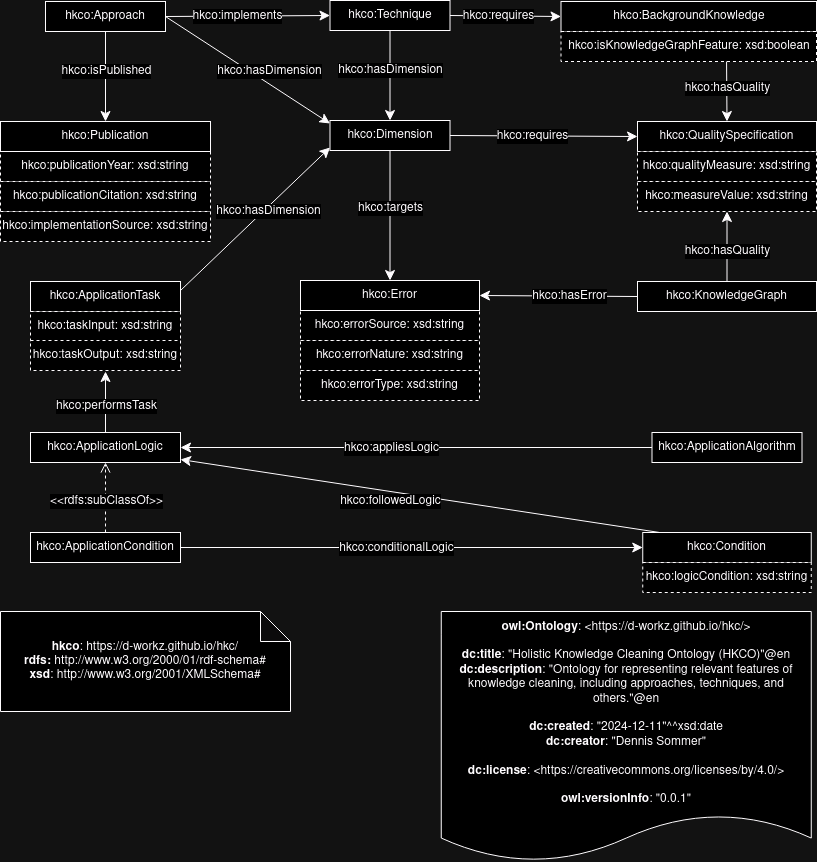
The draw.io diagram resources/HKCO_visualization.png in D-Workz/akco, before a commit. Source tidied: cells renumbered, new cells last; positions are measured from the earlier drawing's top-left corner, leaving out a move shared by most shapes.
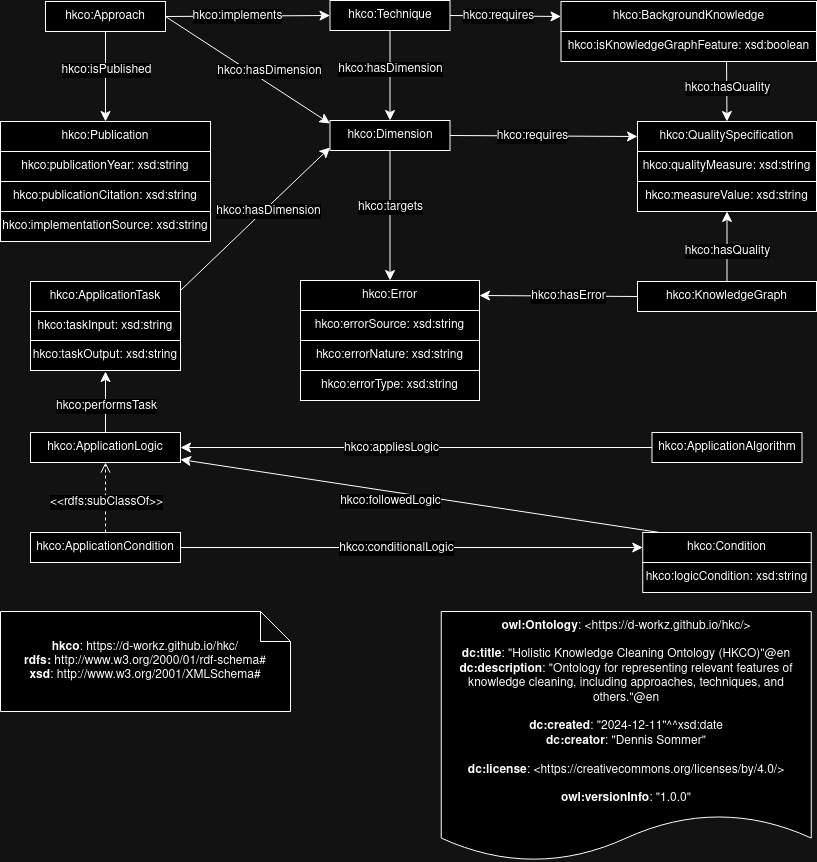
Later version of the same file.

Diff of the diagram source:
```diff
@@ -2,28 +2,28 @@
   <root>
     <mxCell id="0" />
     <mxCell id="1" parent="0" />
-    <mxCell id="2" value="hkco:errorSource: xsd:string" style="rounded=0;whiteSpace=wrap;html=1;dashed=1;" parent="1" vertex="1">
+    <mxCell id="2" value="hkco:errorSource: xsd:string" style="rounded=0;whiteSpace=wrap;html=1;" parent="1" vertex="1">
       <mxGeometry x="300" y="310" width="179" height="30" as="geometry" />
     </mxCell>
     <mxCell id="3" value="hkco:Error" style="rounded=0;whiteSpace=wrap;html=1;snapToPoint=1;points=[[0.1,0],[0.2,0],[0.3,0],[0.4,0],[0.5,0],[0.6,0],[0.7,0],[0.8,0],[0.9,0],[0,0.1],[0,0.3],[0,0.5],[0,0.7],[0,0.9],[0.1,1],[0.2,1],[0.3,1],[0.4,1],[0.5,1],[0.6,1],[0.7,1],[0.8,1],[0.9,1],[1,0.1],[1,0.3],[1,0.5],[1,0.7],[1,0.9]];" parent="1" vertex="1">
       <mxGeometry x="300" y="280" width="179" height="30" as="geometry" />
     </mxCell>
-    <mxCell id="4" value="hkco:errorNature: xsd:string" style="rounded=0;whiteSpace=wrap;html=1;dashed=1;" parent="1" vertex="1">
+    <mxCell id="4" value="hkco:errorNature: xsd:string" style="rounded=0;whiteSpace=wrap;html=1;" parent="1" vertex="1">
       <mxGeometry x="300" y="340" width="179" height="30" as="geometry" />
     </mxCell>
-    <mxCell id="5" value="hkco:errorType: xsd:string" style="rounded=0;whiteSpace=wrap;html=1;dashed=1;" parent="1" vertex="1">
+    <mxCell id="5" value="hkco:errorType: xsd:string" style="rounded=0;whiteSpace=wrap;html=1;" parent="1" vertex="1">
       <mxGeometry x="300" y="370" width="179" height="30" as="geometry" />
     </mxCell>
-    <mxCell id="6" value="hkco:publicationYear: xsd:string" style="rounded=0;whiteSpace=wrap;html=1;dashed=1;" parent="1" vertex="1">
+    <mxCell id="6" value="hkco:publicationYear: xsd:string" style="rounded=0;whiteSpace=wrap;html=1;" parent="1" vertex="1">
       <mxGeometry y="151" width="210" height="30" as="geometry" />
     </mxCell>
     <mxCell id="7" value="hkco:Publication" style="rounded=0;whiteSpace=wrap;html=1;snapToPoint=1;points=[[0.1,0],[0.2,0],[0.3,0],[0.4,0],[0.5,0],[0.6,0],[0.7,0],[0.8,0],[0.9,0],[0,0.1],[0,0.3],[0,0.5],[0,0.7],[0,0.9],[0.1,1],[0.2,1],[0.3,1],[0.4,1],[0.5,1],[0.6,1],[0.7,1],[0.8,1],[0.9,1],[1,0.1],[1,0.3],[1,0.5],[1,0.7],[1,0.9]];" parent="1" vertex="1">
       <mxGeometry y="121" width="210" height="30" as="geometry" />
     </mxCell>
-    <mxCell id="8" value="hkco:publicationCitation: xsd:string" style="rounded=0;whiteSpace=wrap;html=1;dashed=1;" parent="1" vertex="1">
+    <mxCell id="8" value="hkco:publicationCitation: xsd:string" style="rounded=0;whiteSpace=wrap;html=1;" parent="1" vertex="1">
       <mxGeometry y="181" width="210" height="30" as="geometry" />
     </mxCell>
-    <mxCell id="9" value="hkco:implementationSource: xsd:string" style="rounded=0;whiteSpace=wrap;html=1;dashed=1;" parent="1" vertex="1">
+    <mxCell id="9" value="hkco:implementationSource: xsd:string" style="rounded=0;whiteSpace=wrap;html=1;" parent="1" vertex="1">
       <mxGeometry y="211" width="210" height="30" as="geometry" />
     </mxCell>
     <mxCell id="10" value="hkco:Approach" style="rounded=0;whiteSpace=wrap;html=1;snapToPoint=1;points=[[0.1,0],[0.2,0],[0.3,0],[0.4,0],[0.5,0],[0.6,0],[0.7,0],[0.8,0],[0.9,0],[0,0.1],[0,0.3],[0,0.5],[0,0.7],[0,0.9],[0.1,1],[0.2,1],[0.3,1],[0.4,1],[0.5,1],[0.6,1],[0.7,1],[0.8,1],[0.9,1],[1,0.1],[1,0.3],[1,0.5],[1,0.7],[1,0.9]];" parent="1" vertex="1">
@@ -106,13 +106,13 @@
     <mxCell id="35" value="&lt;div&gt;hkco:requires&lt;br&gt;&lt;/div&gt;" style="text;html=1;align=center;verticalAlign=middle;labelBackgroundColor=#ffffff;" parent="34" vertex="1">
       <mxGeometry x="-0.13" relative="1" as="geometry" />
     </mxCell>
-    <mxCell id="36" value="hkco:qualityMeasure: xsd:string" style="rounded=0;whiteSpace=wrap;html=1;dashed=1;" parent="1" vertex="1">
+    <mxCell id="36" value="hkco:qualityMeasure: xsd:string" style="rounded=0;whiteSpace=wrap;html=1;" parent="1" vertex="1">
       <mxGeometry x="637" y="151" width="179" height="30" as="geometry" />
     </mxCell>
-    <mxCell id="37" value="hkco:measureValue: xsd:string" style="rounded=0;whiteSpace=wrap;html=1;snapToPoint=1;points=[[0.1,0],[0.2,0],[0.3,0],[0.4,0],[0.5,0],[0.6,0],[0.7,0],[0.8,0],[0.9,0],[0,0.1],[0,0.3],[0,0.5],[0,0.7],[0,0.9],[0.1,1],[0.2,1],[0.3,1],[0.4,1],[0.5,1],[0.6,1],[0.7,1],[0.8,1],[0.9,1],[1,0.1],[1,0.3],[1,0.5],[1,0.7],[1,0.9]];dashed=1;" parent="1" vertex="1">
+    <mxCell id="37" value="hkco:measureValue: xsd:string" style="rounded=0;whiteSpace=wrap;html=1;snapToPoint=1;points=[[0.1,0],[0.2,0],[0.3,0],[0.4,0],[0.5,0],[0.6,0],[0.7,0],[0.8,0],[0.9,0],[0,0.1],[0,0.3],[0,0.5],[0,0.7],[0,0.9],[0.1,1],[0.2,1],[0.3,1],[0.4,1],[0.5,1],[0.6,1],[0.7,1],[0.8,1],[0.9,1],[1,0.1],[1,0.3],[1,0.5],[1,0.7],[1,0.9]];" parent="1" vertex="1">
       <mxGeometry x="637" y="181" width="179" height="30" as="geometry" />
     </mxCell>
-    <mxCell id="38" value="hkco:isKnowledgeGraphFeature: xsd:boolean" style="rounded=0;whiteSpace=wrap;html=1;snapToPoint=1;points=[[0.1,0],[0.2,0],[0.3,0],[0.4,0],[0.5,0],[0.6,0],[0.7,0],[0.8,0],[0.9,0],[0,0.1],[0,0.3],[0,0.5],[0,0.7],[0,0.9],[0.1,1],[0.2,1],[0.3,1],[0.4,1],[0.5,1],[0.6,1],[0.7,1],[0.8,1],[0.9,1],[1,0.1],[1,0.3],[1,0.5],[1,0.7],[1,0.9]];dashed=1;" parent="1" vertex="1">
+    <mxCell id="38" value="hkco:isKnowledgeGraphFeature: xsd:boolean" style="rounded=0;whiteSpace=wrap;html=1;snapToPoint=1;points=[[0.1,0],[0.2,0],[0.3,0],[0.4,0],[0.5,0],[0.6,0],[0.7,0],[0.8,0],[0.9,0],[0,0.1],[0,0.3],[0,0.5],[0,0.7],[0,0.9],[0.1,1],[0.2,1],[0.3,1],[0.4,1],[0.5,1],[0.6,1],[0.7,1],[0.8,1],[0.9,1],[1,0.1],[1,0.3],[1,0.5],[1,0.7],[1,0.9]];" parent="1" vertex="1">
       <mxGeometry x="560.5" y="31" width="255.5" height="30" as="geometry" />
     </mxCell>
     <mxCell id="39" value="hkco:ApplicationAlgorithm" style="rounded=0;whiteSpace=wrap;html=1;snapToPoint=1;points=[[0.1,0],[0.2,0],[0.3,0],[0.4,0],[0.5,0],[0.6,0],[0.7,0],[0.8,0],[0.9,0],[0,0.1],[0,0.3],[0,0.5],[0,0.7],[0,0.9],[0.1,1],[0.2,1],[0.3,1],[0.4,1],[0.5,1],[0.6,1],[0.7,1],[0.8,1],[0.9,1],[1,0.1],[1,0.3],[1,0.5],[1,0.7],[1,0.9]];" parent="1" vertex="1">
@@ -178,19 +178,19 @@
         <mxPoint x="13" as="offset" />
       </mxGeometry>
     </mxCell>
-    <mxCell id="56" value="hkco:logicCondition: xsd:string" style="rounded=0;whiteSpace=wrap;html=1;dashed=1;" parent="1" vertex="1">
+    <mxCell id="56" value="hkco:logicCondition: xsd:string" style="rounded=0;whiteSpace=wrap;html=1;" parent="1" vertex="1">
       <mxGeometry x="642.2" y="562" width="168.5" height="30" as="geometry" />
     </mxCell>
     <mxCell id="57" value="&lt;div&gt;&lt;b&gt;hkco&lt;/b&gt;: https://d-workz.github.io/hkc/&lt;br&gt;&lt;/div&gt;&lt;div&gt;&lt;b&gt;rdfs:&lt;/b&gt; http://www.w3.org/2000/01/rdf-schema#&lt;/div&gt;&lt;div&gt;&lt;b&gt;xsd&lt;/b&gt;: http://www.w3.org/2001/XMLSchema#&lt;br&gt;&lt;/div&gt;" style="shape=note;whiteSpace=wrap;html=1;backgroundOutline=1;darkOpacity=0.05;" parent="1" vertex="1">
       <mxGeometry y="611" width="290" height="100" as="geometry" />
     </mxCell>
-    <mxCell id="58" value="&lt;div&gt;&lt;b style=&quot;border-color: var(--border-color);&quot;&gt;owl:Ontology&lt;/b&gt;: &amp;lt;https://d-workz.github.io/hkc/&amp;gt;&lt;b&gt;&lt;br&gt;&lt;/b&gt;&lt;/div&gt;&lt;div&gt;&lt;b&gt;&lt;br&gt;&lt;/b&gt;&lt;/div&gt;&lt;div&gt;&lt;b&gt;dc:title&lt;/b&gt;: &quot;Holistic Knowledge Cleaning Ontology (HKCO)&quot;@en &lt;br&gt;&lt;b&gt;dc:description&lt;/b&gt;: &quot;Ontology for representing relevant features of knowledge cleaning, including approaches, techniques, and others.&quot;@en &lt;br&gt;&lt;br&gt;&lt;b&gt;dc:created&lt;/b&gt;: &quot;2024-12-11&quot;^^xsd:date &lt;br&gt;&lt;b&gt;dc:creator&lt;/b&gt;: &quot;Dennis Sommer&quot;&lt;br&gt;&lt;br&gt;&lt;b&gt;dc:license&lt;/b&gt;: &amp;lt;https://creativecommons.org/licenses/by/4.0/&amp;gt;&lt;br&gt;&lt;/div&gt;&lt;div&gt;&lt;br&gt;&lt;b&gt;owl:versionInfo&lt;/b&gt;: &quot;0.0.1&quot;&lt;br&gt;&lt;/div&gt;" style="shape=document;whiteSpace=wrap;html=1;boundedLbl=1;labelBackgroundColor=#ffffff;strokeColor=#000000;fontSize=12;fontColor=#000000;size=0.1875;" parent="1" vertex="1">
+    <mxCell id="58" value="&lt;div&gt;&lt;b style=&quot;border-color: var(--border-color);&quot;&gt;owl:Ontology&lt;/b&gt;: &amp;lt;https://d-workz.github.io/hkc/&amp;gt;&lt;b&gt;&lt;br&gt;&lt;/b&gt;&lt;/div&gt;&lt;div&gt;&lt;b&gt;&lt;br&gt;&lt;/b&gt;&lt;/div&gt;&lt;div&gt;&lt;b&gt;dc:title&lt;/b&gt;: &quot;Holistic Knowledge Cleaning Ontology (HKCO)&quot;@en &lt;br&gt;&lt;b&gt;dc:description&lt;/b&gt;: &quot;Ontology for representing relevant features of knowledge cleaning, including approaches, techniques, and others.&quot;@en &lt;br&gt;&lt;br&gt;&lt;b&gt;dc:created&lt;/b&gt;: &quot;2024-12-11&quot;^^xsd:date &lt;br&gt;&lt;b&gt;dc:creator&lt;/b&gt;: &quot;Dennis Sommer&quot;&lt;br&gt;&lt;br&gt;&lt;b&gt;dc:license&lt;/b&gt;: &amp;lt;https://creativecommons.org/licenses/by/4.0/&amp;gt;&lt;br&gt;&lt;/div&gt;&lt;div&gt;&lt;br&gt;&lt;b&gt;owl:versionInfo&lt;/b&gt;: &quot;1.0.0&quot;&lt;br&gt;&lt;/div&gt;" style="shape=document;whiteSpace=wrap;html=1;boundedLbl=1;labelBackgroundColor=#ffffff;strokeColor=#000000;fontSize=12;fontColor=#000000;size=0.1875;" parent="1" vertex="1">
       <mxGeometry x="440.8" y="611" width="370" height="250" as="geometry" />
     </mxCell>
-    <mxCell id="59" value="hkco:taskInput: xsd:string" style="rounded=0;whiteSpace=wrap;html=1;dashed=1;" parent="1" vertex="1">
+    <mxCell id="59" value="hkco:taskInput: xsd:string" style="rounded=0;whiteSpace=wrap;html=1;" parent="1" vertex="1">
       <mxGeometry x="30" y="311" width="150" height="30" as="geometry" />
     </mxCell>
-    <mxCell id="60" value="hkco:taskOutput: xsd:string" style="rounded=0;whiteSpace=wrap;html=1;dashed=1;" parent="1" vertex="1">
+    <mxCell id="60" value="hkco:taskOutput: xsd:string" style="rounded=0;whiteSpace=wrap;html=1;" parent="1" vertex="1">
       <mxGeometry x="30" y="340" width="150" height="30" as="geometry" />
     </mxCell>
   </root>
```
